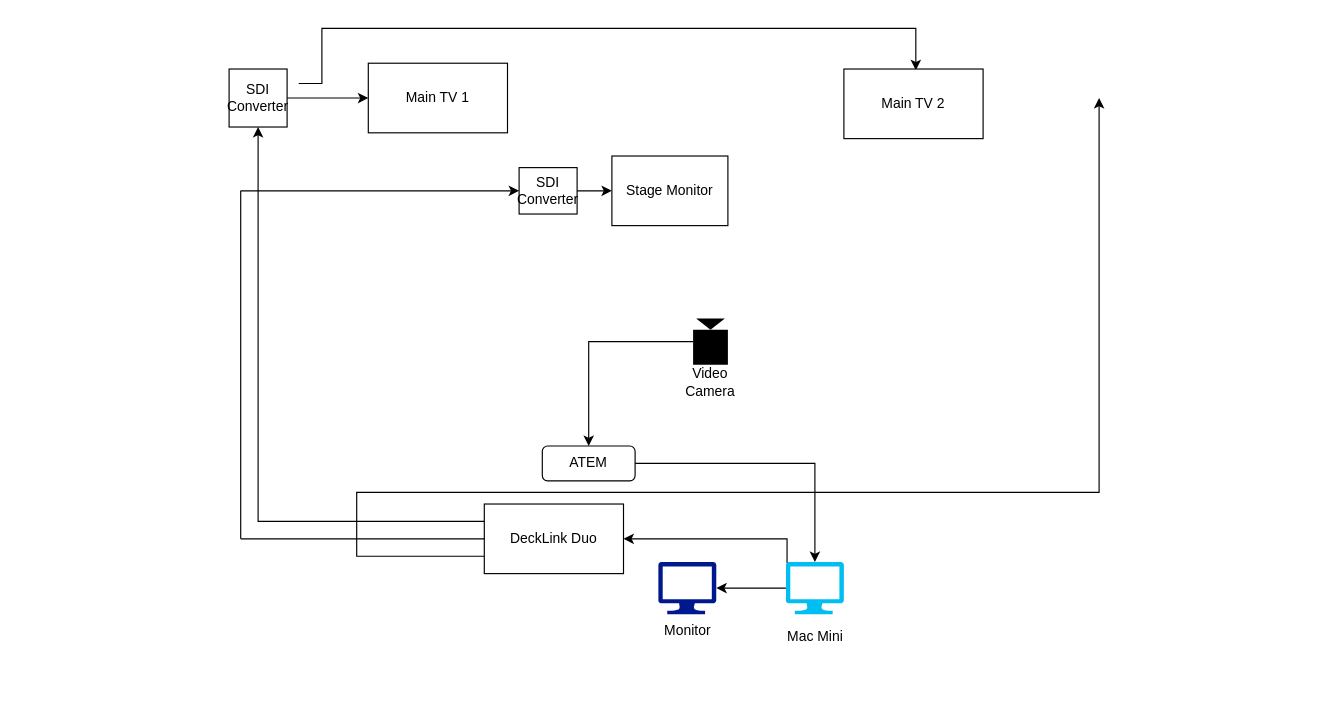
Before: Video Hardware.drawio in jmckee18/SacMetro-AV-Setup, a draw.io diagram. Source tidied: cells renumbered, new cells numbered last; positions are measured from the earlier drawing's top-left corner, leaving out a move shared by most shapes. Both pictures are drawn from the tidied source at 116%, with x=0, y=0 at pixel (229, 28).
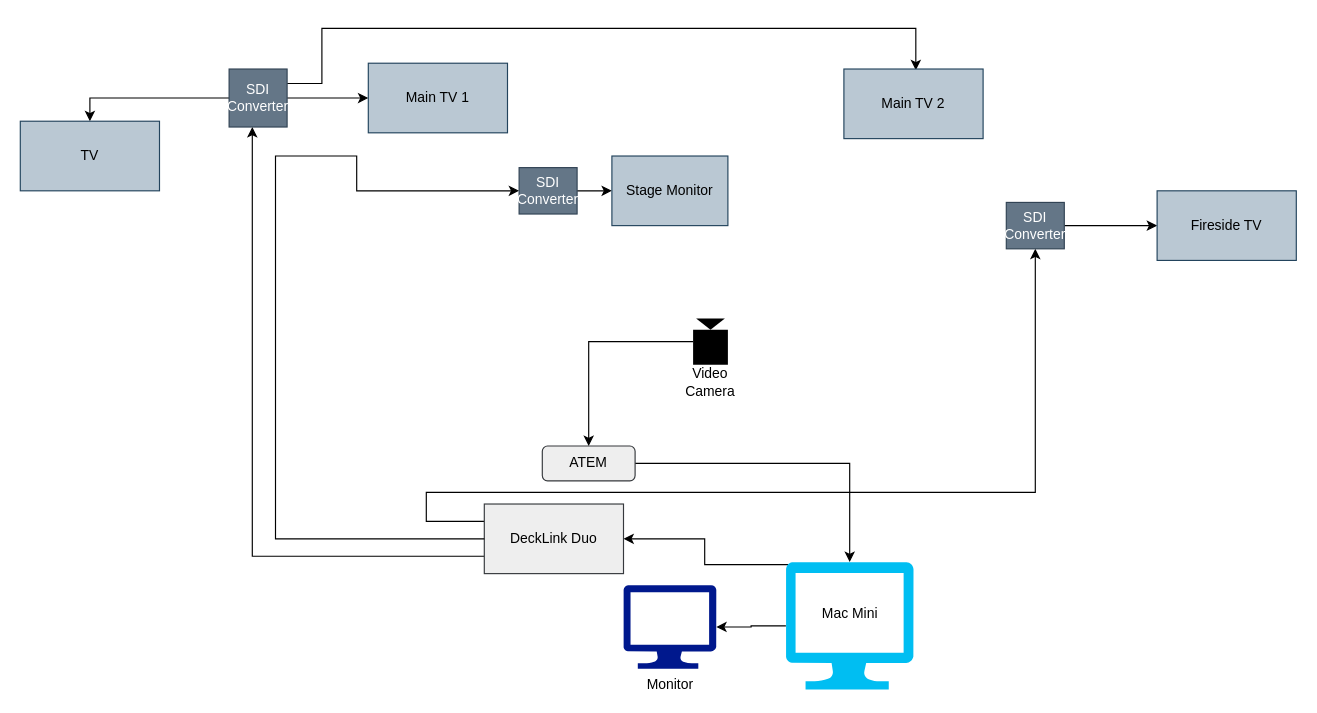
The same diagram, later.

Change to the diagram source:
```diff
@@
     <mxCell id="4" style="verticalLabelPosition=bottom;html=1;verticalAlign=top;align=center;strokeColor=none;fillColor=#00BEF2;shape=mxgraph.azure.computer;" parent="1" vertex="1">
-      <mxGeometry x="480" y="460" width="50" height="45" as="geometry" />
+      <mxGeometry x="480" y="460" width="110" height="110" as="geometry" />
     </mxCell>
     <mxCell id="5" value="Monitor" style="sketch=0;shadow=0;dashed=0;html=1;strokeColor=none;labelPosition=center;verticalLabelPosition=bottom;verticalAlign=top;align=center;fillColor=#00188D;shape=mxgraph.azure.computer;" parent="1" vertex="1">
-      <mxGeometry x="370" y="460" width="50" height="45" as="geometry" />
+      <mxGeometry x="340" y="480" width="80" height="72" as="geometry" />
     </mxCell>
@@
     <mxCell id="8" value="Mac Mini" style="text;html=1;align=center;verticalAlign=middle;strokeColor=none;fillColor=none;" parent="1" vertex="1">
-      <mxGeometry x="470" y="510" width="70" height="30" as="geometry" />
+      <mxGeometry x="500" y="490" width="70" height="30" as="geometry" />
     </mxCell>
@@
-    <mxCell id="10" style="rounded=1;whiteSpace=wrap;html=1;" parent="1" vertex="1">
+    <mxCell id="10" style="rounded=1;whiteSpace=wrap;html=1;fillColor=#eeeeee;strokeColor=#36393d;" parent="1" vertex="1">
       <mxGeometry x="270" y="360" width="80" height="30" as="geometry" />
     </mxCell>
@@
-    <mxCell id="13" style="edgeStyle=orthogonalEdgeStyle;rounded=0;jettySize=auto;html=1;exitX=0;exitY=0.25;exitDx=0;exitDy=0;" parent="1" edge="1" source="15" target="18">
-      <mxGeometry relative="1" as="geometry" />
+    <mxCell id="13" style="edgeStyle=orthogonalEdgeStyle;rounded=0;jettySize=auto;html=1;exitX=0;exitY=0.75;exitDx=0;exitDy=0;" parent="1" edge="1" source="15" target="18">
+      <mxGeometry relative="1" as="geometry">
+        <Array as="points">
+          <mxPoint x="20" y="455" />
+        </Array>
+      </mxGeometry>
     </mxCell>
-    <mxCell id="14" style="edgeStyle=orthogonalEdgeStyle;rounded=0;jettySize=auto;html=1;exitX=0;exitY=0.75;exitDx=0;exitDy=0;" parent="1" edge="1" source="15">
+    <mxCell id="14" style="edgeStyle=orthogonalEdgeStyle;rounded=0;jettySize=auto;html=1;exitX=0;exitY=0.75;exitDx=0;exitDy=0;entryX=0.5;entryY=1;entryDx=0;entryDy=0;" parent="1" edge="1" target="29">
       <mxGeometry relative="1" as="geometry">
-        <mxPoint x="750" y="60" as="targetPoint" />
+        <mxPoint x="220" y="425" as="sourcePoint" />
         <Array as="points">
-          <mxPoint x="110" y="455" />
-          <mxPoint x="110" y="400" />
+          <mxPoint x="170" y="425" />
+          <mxPoint x="170" y="400" />
+          <mxPoint x="695" y="400" />
         </Array>
       </mxGeometry>
     </mxCell>
-    <mxCell id="15" value="DeckLink Duo" style="rounded=0;whiteSpace=wrap;html=1;" parent="1" vertex="1">
+    <mxCell id="15" value="DeckLink Duo" style="rounded=0;whiteSpace=wrap;html=1;fillColor=#eeeeee;strokeColor=#36393d;" parent="1" vertex="1">
       <mxGeometry x="220" y="410" width="120" height="60" as="geometry" />
     </mxCell>
-    <mxCell id="16" style="edgeStyle=orthogonalEdgeStyle;rounded=0;orthogonalLoop=1;jettySize=auto;html=1;exitX=1;exitY=0.25;exitDx=0;exitDy=0;entryX=0.433;entryY=0.017;entryDx=0;entryDy=0;entryPerimeter=0;" parent="1" edge="1">
+    <mxCell id="16" style="edgeStyle=orthogonalEdgeStyle;rounded=0;jettySize=auto;html=1;exitX=1;exitY=0.25;exitDx=0;exitDy=0;entryX=0.433;entryY=0.017;entryDx=0;entryDy=0;entryPerimeter=0;" parent="1" edge="1" source="18">
       <mxGeometry relative="1" as="geometry">
-        <mxPoint x="60" y="47.5" as="sourcePoint" />
         <mxPoint x="592" y="36" as="targetPoint" />
         <Array as="points">
           <mxPoint x="80" y="48" />
           <mxPoint x="80" />
           <mxPoint x="592" />
         </Array>
       </mxGeometry>
     </mxCell>
@@
+    <mxCell id="27" style="edgeStyle=orthogonalEdgeStyle;rounded=0;jettySize=auto;html=1;entryX=0.5;entryY=0;entryDx=0;entryDy=0;" parent="1" edge="1" source="18" target="31">
+      <mxGeometry relative="1" as="geometry" />
+    </mxCell>
-    <mxCell id="18" value="SDI Converter" style="whiteSpace=wrap;html=1;" parent="1" vertex="1">
+    <mxCell id="18" value="SDI Converter" style="whiteSpace=wrap;html=1;fillColor=#647687;fontColor=#ffffff;strokeColor=#314354;" parent="1" vertex="1">
       <mxGeometry y="35" width="50" height="50" as="geometry" />
     </mxCell>
-    <mxCell id="19" value="Main TV 2" style="rounded=0;whiteSpace=wrap;html=1;" parent="1" vertex="1">
+    <mxCell id="19" value="Main TV 2" style="rounded=0;whiteSpace=wrap;html=1;fillColor=#bac8d3;strokeColor=#23445d;" parent="1" vertex="1">
       <mxGeometry x="530" y="35" width="120" height="60" as="geometry" />
     </mxCell>
-    <mxCell id="20" value="Main TV 1" style="rounded=0;whiteSpace=wrap;html=1;" parent="1" vertex="1">
+    <mxCell id="20" value="Main TV 1" style="rounded=0;whiteSpace=wrap;html=1;fillColor=#bac8d3;strokeColor=#23445d;" parent="1" vertex="1">
       <mxGeometry x="120" y="30" width="120" height="60" as="geometry" />
     </mxCell>
-    <mxCell id="21" style="endArrow=none;html=1;rounded=0;" parent="1" edge="1">
-      <mxGeometry relative="1" as="geometry">
-        <mxPoint x="10" y="440" as="sourcePoint" />
-        <mxPoint x="220" y="440" as="targetPoint" />
-      </mxGeometry>
-    </mxCell>
-    <mxCell id="22" style="endArrow=none;html=1;rounded=0;" parent="1" edge="1">
-      <mxGeometry relative="1" as="geometry">
-        <mxPoint x="10" y="440" as="sourcePoint" />
-        <mxPoint x="10" y="140" as="targetPoint" />
-      </mxGeometry>
-    </mxCell>
-    <mxCell id="23" style="endArrow=classic;html=1;rounded=0;entryX=0;entryY=0.5;entryDx=0;entryDy=0;" parent="1" edge="1" target="25">
+    <mxCell id="23" style="endArrow=classic;html=1;rounded=0;entryX=0;entryY=0.5;entryDx=0;entryDy=0;exitX=0;exitY=0.5;exitDx=0;exitDy=0;" parent="1" edge="1" source="15" target="25">
       <mxGeometry relative="1" as="geometry">
-        <mxPoint x="10" y="140" as="sourcePoint" />
+        <Array as="points">
+          <mxPoint x="40" y="440" />
+          <mxPoint x="40" y="110" />
+          <mxPoint x="110" y="110" />
+          <mxPoint x="110" y="140" />
+        </Array>
       </mxGeometry>
     </mxCell>
@@
-    <mxCell id="25" value="SDI&lt;div&gt;Converter&lt;/div&gt;" style="rounded=0;whiteSpace=wrap;html=1;" parent="1" vertex="1">
+    <mxCell id="25" value="SDI&lt;div&gt;Converter&lt;/div&gt;" style="rounded=0;whiteSpace=wrap;html=1;fillColor=#647687;fontColor=#ffffff;strokeColor=#314354;" parent="1" vertex="1">
       <mxGeometry x="250" y="120" width="50" height="40" as="geometry" />
     </mxCell>
-    <mxCell id="26" value="Stage Monitor" style="rounded=0;whiteSpace=wrap;html=1;" parent="1" vertex="1">
+    <mxCell id="26" value="Stage Monitor" style="rounded=0;whiteSpace=wrap;html=1;fillColor=#bac8d3;strokeColor=#23445d;" parent="1" vertex="1">
       <mxGeometry x="330" y="110" width="100" height="60" as="geometry" />
     </mxCell>
+    <mxCell id="28" style="edgeStyle=orthogonalEdgeStyle;rounded=0;jettySize=auto;html=1;entryX=0;entryY=0.5;entryDx=0;entryDy=0;" parent="1" edge="1" source="29" target="30">
+      <mxGeometry relative="1" as="geometry" />
+    </mxCell>
+    <mxCell id="29" value="SDI&lt;div&gt;Converter&lt;/div&gt;" style="rounded=0;whiteSpace=wrap;html=1;fillColor=#647687;fontColor=#ffffff;strokeColor=#314354;" parent="1" vertex="1">
+      <mxGeometry x="670" y="150" width="50" height="40" as="geometry" />
+    </mxCell>
+    <mxCell id="30" value="Fireside TV" style="rounded=0;whiteSpace=wrap;html=1;fillColor=#bac8d3;strokeColor=#23445d;" parent="1" vertex="1">
+      <mxGeometry x="800" y="140" width="120" height="60" as="geometry" />
+    </mxCell>
+    <mxCell id="31" value="TV" style="rounded=0;whiteSpace=wrap;html=1;fillColor=#bac8d3;strokeColor=#23445d;" parent="1" vertex="1">
+      <mxGeometry x="-180" y="80" width="120" height="60" as="geometry" />
+    </mxCell>
```
